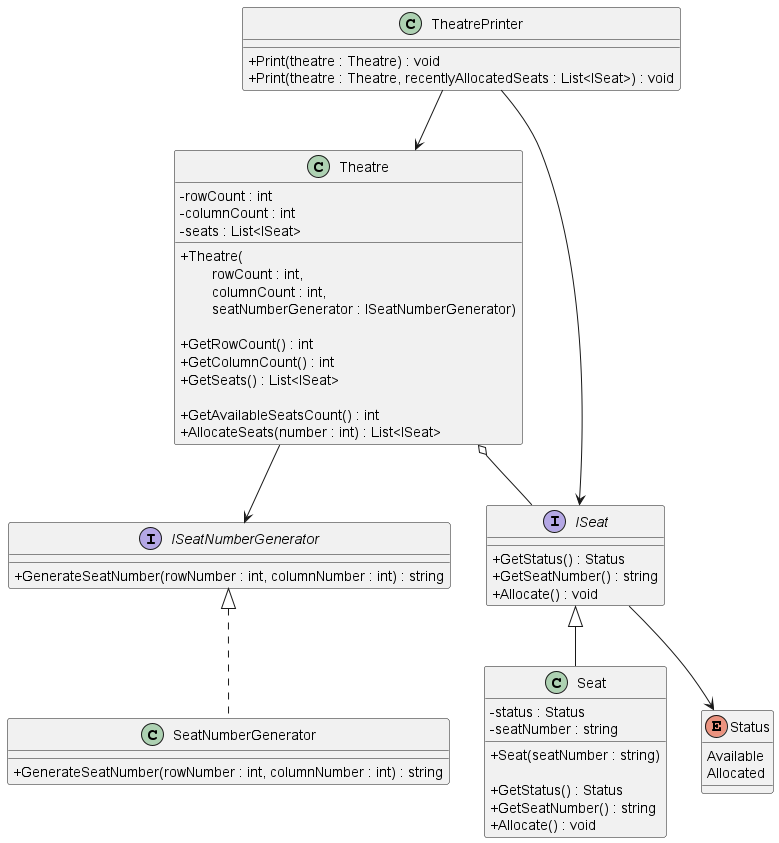
Above: diagrams/cinnamon cinemas.png in iamfranco/CinnamonCinemasChallenge (PlantUML), before the change.
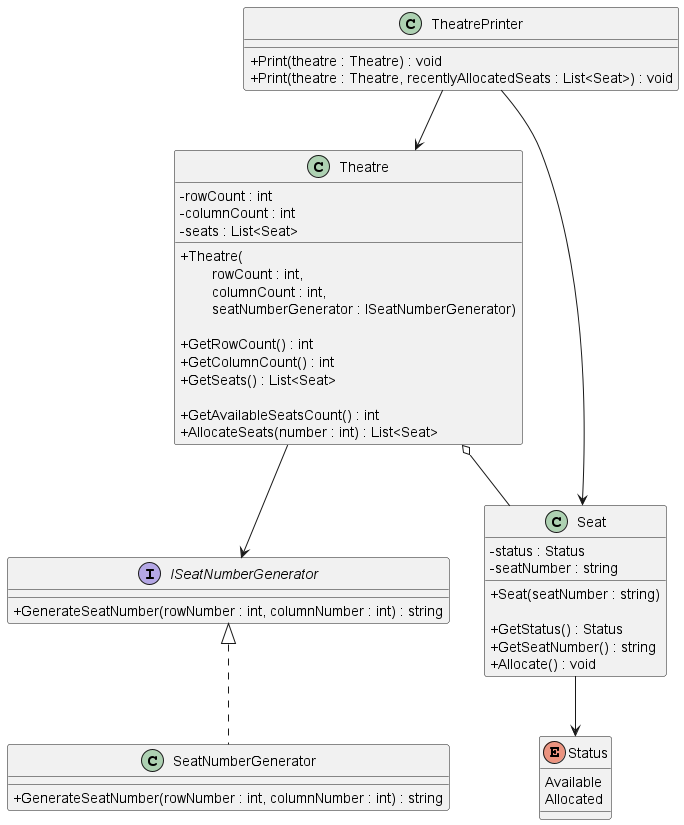
Above is the later version.

Commit message:
UML: remove ISeat interface

The edit, as a diff of the source:
```diff
@@ -3,7 +3,7 @@
 
 class TheatrePrinter {
     + Print(theatre : Theatre) : void
-    + Print(theatre : Theatre, recentlyAllocatedSeats : List<ISeat>) : void
+    + Print(theatre : Theatre, recentlyAllocatedSeats : List<Seat>) : void
 }
 
 interface ISeatNumberGenerator {
@@ -17,22 +17,16 @@
 class Theatre {
     - rowCount : int
     - columnCount : int
-    - seats : List<ISeat>
+    - seats : List<Seat>
 
     + Theatre(\n        rowCount : int, \n        columnCount : int, \n        seatNumberGenerator : ISeatNumberGenerator)
 
     + GetRowCount() : int
     + GetColumnCount() : int
-    + GetSeats() : List<ISeat>
+    + GetSeats() : List<Seat>
 
     + GetAvailableSeatsCount() : int
-    + AllocateSeats(number : int) : List<ISeat>
-}
-
-interface ISeat {
-    + GetStatus() : Status
-    + GetSeatNumber() : string
-    + Allocate() : void
+    + AllocateSeats(number : int) : List<Seat>
 }
 
 class Seat {
@@ -52,15 +46,13 @@
 }
 
 TheatrePrinter --> Theatre
-TheatrePrinter ---> ISeat
+TheatrePrinter ---> Seat
 
-Theatre o-- ISeat
+Theatre o-- Seat
 Theatre --> ISeatNumberGenerator
 
 ISeatNumberGenerator <|.. SeatNumberGenerator
 
-ISeat --> Status
-
-ISeat <|-- Seat
+Seat --> Status
 
 @enduml
```
